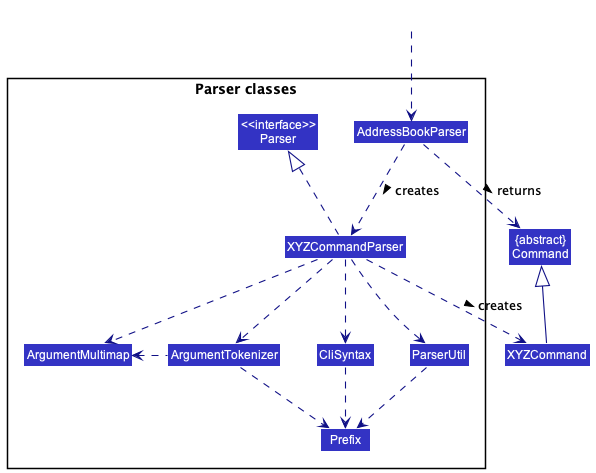
Before: docs/images/ParserClasses.png, a diagram exported from PlantUML (nus-cs2103-AY2223S1/tp).
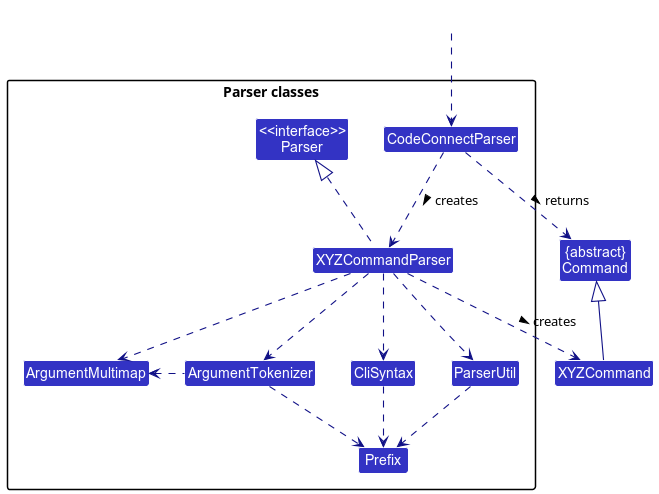
The same diagram one commit later.

What changed in the source:
```diff
@@ -9,7 +9,7 @@
 
 package "Parser classes"{
 Class "<<interface>>\nParser" as Parser
-Class AddressBookParser
+Class CodeConnectParser
 Class XYZCommandParser
 Class CliSyntax
 Class ParserUtil
@@ -19,12 +19,12 @@
 }
 
 Class HiddenOutside #FFFFFF
-HiddenOutside ..> AddressBookParser
+HiddenOutside ..> CodeConnectParser
 
-AddressBookParser .down.> XYZCommandParser: creates >
+CodeConnectParser .down.> XYZCommandParser: creates >
 
 XYZCommandParser ..> XYZCommand : creates >
-AddressBookParser ..> Command : returns >
+CodeConnectParser ..> Command : returns >
 XYZCommandParser .up.|> Parser
 XYZCommandParser ..> ArgumentMultimap
 XYZCommandParser ..> ArgumentTokenizer
```
